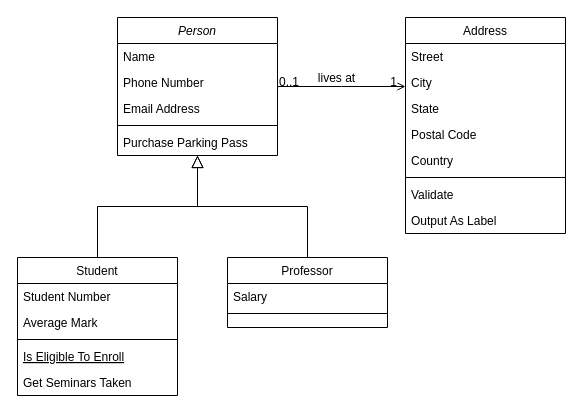
This is Game.drawio from kevinturpin97/urbanrunner, a draw.io file, before an edit. Source tidied: cells renumbered, new cells numbered last; positions are measured from the earlier drawing's top-left corner, leaving out a move shared by most shapes. Both pictures are drawn from the tidied source at 100%, with x=0, y=0 at pixel (17, 17).
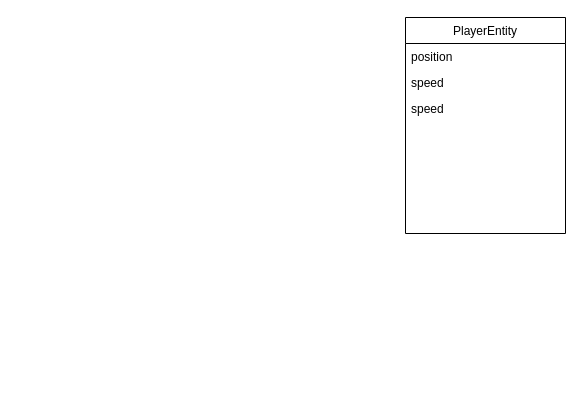
After the change.

Commit message:
Mettre à jour Game.drawio

The edit, as a diff of the source:
```diff
@@
-    <mxCell id="2" value="Person" style="swimlane;fontStyle=2;align=center;verticalAlign=top;horizontal=1;startSize=26;rounded=0;shadow=0;strokeWidth=1;" parent="1" vertex="1">
-      <mxGeometry x="100" width="160" height="138" as="geometry" />
-    </mxCell>
-    <mxCell id="3" value="Name" style="text;align=left;verticalAlign=top;spacingLeft=4;spacingRight=4;overflow=hidden;" parent="2" vertex="1">
-      <mxGeometry y="26" width="160" height="26" as="geometry" />
-    </mxCell>
-    <mxCell id="4" value="Phone Number" style="text;align=left;verticalAlign=top;spacingLeft=4;spacingRight=4;overflow=hidden;rounded=0;shadow=0;html=0;" parent="2" vertex="1">
-      <mxGeometry y="52" width="160" height="26" as="geometry" />
-    </mxCell>
-    <mxCell id="5" value="Email Address" style="text;align=left;verticalAlign=top;spacingLeft=4;spacingRight=4;overflow=hidden;rounded=0;shadow=0;html=0;" parent="2" vertex="1">
-      <mxGeometry y="78" width="160" height="26" as="geometry" />
-    </mxCell>
-    <mxCell id="6" style="line;html=1;strokeWidth=1;align=left;verticalAlign=middle;spacingTop=-1;spacingLeft=3;spacingRight=3;labelPosition=right;" parent="2" vertex="1">
-      <mxGeometry y="104" width="160" height="8" as="geometry" />
-    </mxCell>
-    <mxCell id="7" value="Purchase Parking Pass" style="text;align=left;verticalAlign=top;spacingLeft=4;spacingRight=4;overflow=hidden;" parent="2" vertex="1">
-      <mxGeometry y="112" width="160" height="26" as="geometry" />
-    </mxCell>
-    <mxCell id="8" value="Student" style="swimlane;fontStyle=0;align=center;verticalAlign=top;horizontal=1;startSize=26;rounded=0;shadow=0;strokeWidth=1;" parent="1" vertex="1">
-      <mxGeometry y="240" width="160" height="138" as="geometry" />
-    </mxCell>
-    <mxCell id="9" value="Student Number" style="text;align=left;verticalAlign=top;spacingLeft=4;spacingRight=4;overflow=hidden;" parent="8" vertex="1">
-      <mxGeometry y="26" width="160" height="26" as="geometry" />
-    </mxCell>
-    <mxCell id="10" value="Average Mark" style="text;align=left;verticalAlign=top;spacingLeft=4;spacingRight=4;overflow=hidden;rounded=0;shadow=0;html=0;" parent="8" vertex="1">
-      <mxGeometry y="52" width="160" height="26" as="geometry" />
-    </mxCell>
-    <mxCell id="11" style="line;html=1;strokeWidth=1;align=left;verticalAlign=middle;spacingTop=-1;spacingLeft=3;spacingRight=3;labelPosition=right;" parent="8" vertex="1">
-      <mxGeometry y="78" width="160" height="8" as="geometry" />
-    </mxCell>
-    <mxCell id="12" value="Is Eligible To Enroll" style="text;align=left;verticalAlign=top;spacingLeft=4;spacingRight=4;overflow=hidden;fontStyle=4;" parent="8" vertex="1">
-      <mxGeometry y="86" width="160" height="26" as="geometry" />
-    </mxCell>
-    <mxCell id="13" value="Get Seminars Taken" style="text;align=left;verticalAlign=top;spacingLeft=4;spacingRight=4;overflow=hidden;" parent="8" vertex="1">
-      <mxGeometry y="112" width="160" height="26" as="geometry" />
-    </mxCell>
-    <mxCell id="14" style="endArrow=block;endSize=10;endFill=0;shadow=0;strokeWidth=1;rounded=0;edgeStyle=elbowEdgeStyle;elbow=vertical;" parent="1" edge="1" source="8" target="2">
-      <mxGeometry relative="1" as="geometry" />
-    </mxCell>
-    <mxCell id="15" value="Professor" style="swimlane;fontStyle=0;align=center;verticalAlign=top;horizontal=1;startSize=26;rounded=0;shadow=0;strokeWidth=1;" parent="1" vertex="1">
-      <mxGeometry x="210" y="240" width="160" height="70" as="geometry" />
-    </mxCell>
-    <mxCell id="16" value="Salary" style="text;align=left;verticalAlign=top;spacingLeft=4;spacingRight=4;overflow=hidden;" parent="15" vertex="1">
-      <mxGeometry y="26" width="160" height="26" as="geometry" />
-    </mxCell>
-    <mxCell id="17" style="line;html=1;strokeWidth=1;align=left;verticalAlign=middle;spacingTop=-1;spacingLeft=3;spacingRight=3;labelPosition=right;" parent="15" vertex="1">
-      <mxGeometry y="52" width="160" height="8" as="geometry" />
-    </mxCell>
-    <mxCell id="18" style="endArrow=block;endSize=10;endFill=0;shadow=0;strokeWidth=1;rounded=0;edgeStyle=elbowEdgeStyle;elbow=vertical;" parent="1" edge="1" source="15" target="2">
-      <mxGeometry relative="1" as="geometry" />
-    </mxCell>
-    <mxCell id="19" value="Address" style="swimlane;fontStyle=0;align=center;verticalAlign=top;horizontal=1;startSize=26;rounded=0;shadow=0;strokeWidth=1;" parent="1" vertex="1">
+    <mxCell id="19" value="PlayerEntity" style="swimlane;fontStyle=0;align=center;verticalAlign=top;horizontal=1;startSize=26;rounded=0;shadow=0;strokeWidth=1;" parent="1" vertex="1">
       <mxGeometry x="388" width="160" height="216" as="geometry" />
     </mxCell>
-    <mxCell id="20" value="Street" style="text;align=left;verticalAlign=top;spacingLeft=4;spacingRight=4;overflow=hidden;" parent="19" vertex="1">
+    <mxCell id="20" value="position" style="text;align=left;verticalAlign=top;spacingLeft=4;spacingRight=4;overflow=hidden;" parent="19" vertex="1">
       <mxGeometry y="26" width="160" height="26" as="geometry" />
     </mxCell>
-    <mxCell id="21" value="City" style="text;align=left;verticalAlign=top;spacingLeft=4;spacingRight=4;overflow=hidden;rounded=0;shadow=0;html=0;" parent="19" vertex="1">
-      <mxGeometry y="52" width="160" height="26" as="geometry" />
-    </mxCell>
-    <mxCell id="22" value="State" style="text;align=left;verticalAlign=top;spacingLeft=4;spacingRight=4;overflow=hidden;rounded=0;shadow=0;html=0;" parent="19" vertex="1">
-      <mxGeometry y="78" width="160" height="26" as="geometry" />
-    </mxCell>
-    <mxCell id="23" value="Postal Code" style="text;align=left;verticalAlign=top;spacingLeft=4;spacingRight=4;overflow=hidden;rounded=0;shadow=0;html=0;" parent="19" vertex="1">
-      <mxGeometry y="104" width="160" height="26" as="geometry" />
-    </mxCell>
-    <mxCell id="24" value="Country" style="text;align=left;verticalAlign=top;spacingLeft=4;spacingRight=4;overflow=hidden;rounded=0;shadow=0;html=0;" parent="19" vertex="1">
-      <mxGeometry y="130" width="160" height="26" as="geometry" />
-    </mxCell>
-    <mxCell id="25" style="line;html=1;strokeWidth=1;align=left;verticalAlign=middle;spacingTop=-1;spacingLeft=3;spacingRight=3;labelPosition=right;" parent="19" vertex="1">
-      <mxGeometry y="156" width="160" height="8" as="geometry" />
-    </mxCell>
-    <mxCell id="26" value="Validate" style="text;align=left;verticalAlign=top;spacingLeft=4;spacingRight=4;overflow=hidden;" parent="19" vertex="1">
-      <mxGeometry y="164" width="160" height="26" as="geometry" />
-    </mxCell>
-    <mxCell id="27" value="Output As Label" style="text;align=left;verticalAlign=top;spacingLeft=4;spacingRight=4;overflow=hidden;" parent="19" vertex="1">
-      <mxGeometry y="190" width="160" height="26" as="geometry" />
-    </mxCell>
-    <mxCell id="28" style="endArrow=open;shadow=0;strokeWidth=1;rounded=0;endFill=1;edgeStyle=elbowEdgeStyle;elbow=vertical;" parent="1" edge="1" source="2" target="19">
-      <mxGeometry x="0.5" y="41" relative="1" as="geometry">
-        <mxPoint x="-40" y="32" as="offset" />
-      </mxGeometry>
-    </mxCell>
-    <mxCell id="29" value="0..1" style="align=left;verticalAlign=bottom;labelBackgroundColor=none;fontSize=12;" parent="28" vertex="1">
-      <mxGeometry x="-1" relative="1" as="geometry">
-        <mxPoint y="4" as="offset" />
-      </mxGeometry>
-    </mxCell>
-    <mxCell id="30" value="1" style="align=right;verticalAlign=bottom;labelBackgroundColor=none;fontSize=12;" parent="28" vertex="1">
-      <mxGeometry x="1" relative="1" as="geometry">
-        <mxPoint x="-7" y="4" as="offset" />
-      </mxGeometry>
-    </mxCell>
-    <mxCell id="31" value="lives at" style="text;html=1;align=center;verticalAlign=middle;labelBackgroundColor=none;rounded=0;shadow=0;strokeWidth=1;fontSize=12;" parent="28" vertex="1">
-      <mxGeometry x="0.5" y="49" relative="1" as="geometry">
-        <mxPoint x="-38" y="40" as="offset" />
-      </mxGeometry>
-    </mxCell>
+    <mxCell id="32" value="speed" style="text;align=left;verticalAlign=top;spacingLeft=4;spacingRight=4;overflow=hidden;" parent="19" vertex="1">
+      <mxGeometry y="52" width="160" height="26" as="geometry" />
+    </mxCell>
+    <mxCell id="33" value="speed" style="text;align=left;verticalAlign=top;spacingLeft=4;spacingRight=4;overflow=hidden;" parent="19" vertex="1">
+      <mxGeometry y="78" width="160" height="26" as="geometry" />
+    </mxCell>
```
